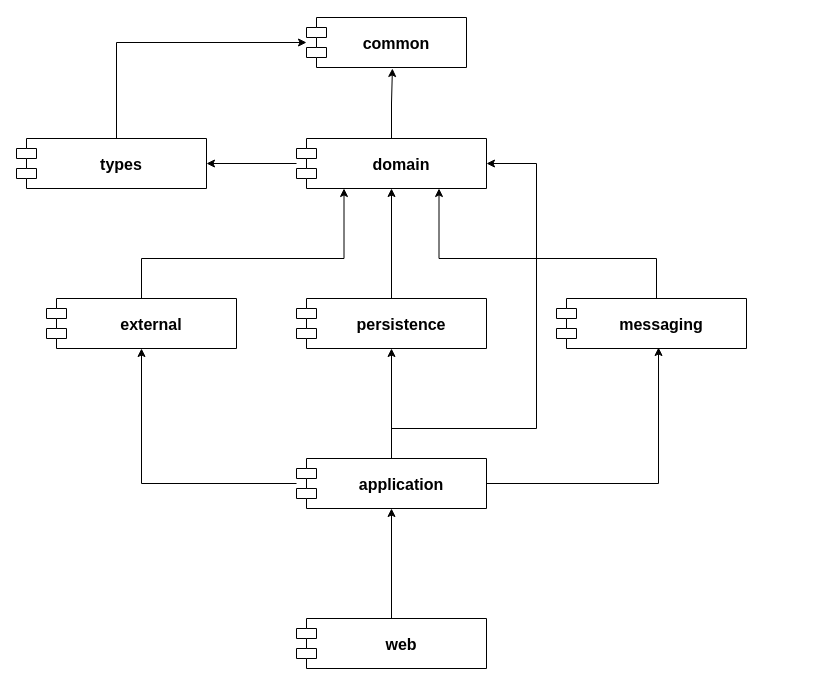
beeeeeeeeck/ddd keeps this draw.io diagram as demo.drawio. Above is the earlier version. Source tidied: cells renumbered, new cells numbered last; positions are measured from the earlier drawing's top-left corner, leaving out a move shared by most shapes. Both pictures are drawn from the tidied source at 100%, with x=0, y=0 at pixel (16, 17).
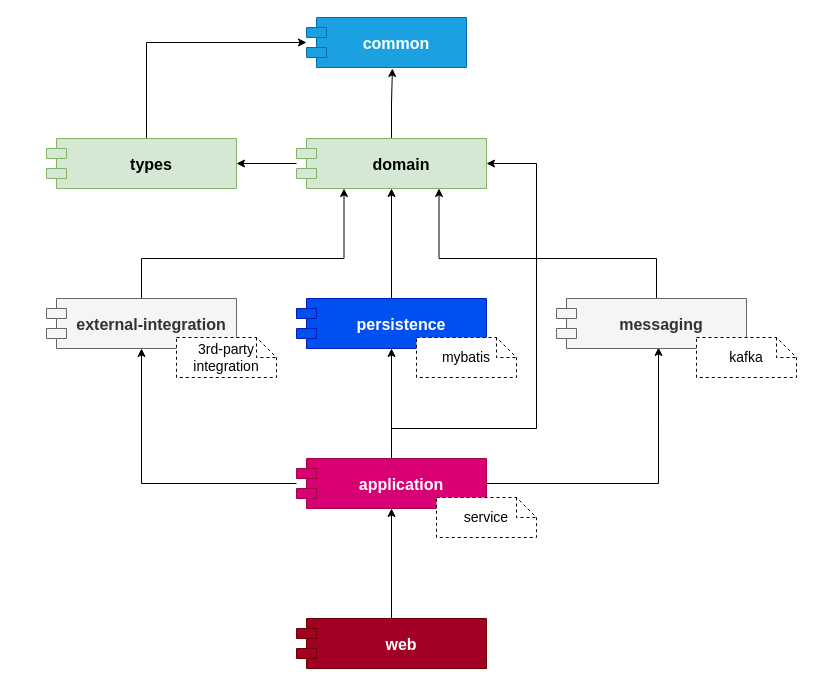
The same diagram, later.

Diff of the diagram source:
```diff
@@
-    <mxCell id="2" value="common" style="shape=module;align=left;spacingLeft=20;align=center;verticalAlign=middle;fontStyle=1;fontSize=16;" parent="1" vertex="1">
+    <mxCell id="2" value="common" style="shape=module;align=left;spacingLeft=20;align=center;verticalAlign=middle;fontStyle=1;fontSize=16;fillColor=#1ba1e2;strokeColor=#006EAF;fontColor=#ffffff;" parent="1" vertex="1">
       <mxGeometry x="290" width="160" height="50" as="geometry" />
     </mxCell>
     <mxCell id="3" style="edgeStyle=orthogonalEdgeStyle;rounded=0;jettySize=auto;html=1;fontSize=16;" parent="1" edge="1" source="4" target="2">
       <mxGeometry relative="1" as="geometry">
         <Array as="points">
-          <mxPoint x="100" y="25" />
+          <mxPoint x="130" y="25" />
         </Array>
       </mxGeometry>
     </mxCell>
-    <mxCell id="4" value="types" style="shape=module;align=left;spacingLeft=20;align=center;verticalAlign=middle;fontStyle=1;fontSize=16;" parent="1" vertex="1">
-      <mxGeometry y="121" width="190" height="50" as="geometry" />
+    <mxCell id="4" value="types" style="shape=module;align=left;spacingLeft=20;align=center;verticalAlign=middle;fontStyle=1;fontSize=16;fillColor=#d5e8d4;strokeColor=#82b366;" parent="1" vertex="1">
+      <mxGeometry x="30" y="121" width="190" height="50" as="geometry" />
     </mxCell>
@@
-    <mxCell id="7" value="domain" style="shape=module;align=left;spacingLeft=20;align=center;verticalAlign=middle;fontStyle=1;fontSize=16;" parent="1" vertex="1">
+    <mxCell id="7" value="domain" style="shape=module;align=left;spacingLeft=20;align=center;verticalAlign=middle;fontStyle=1;fontSize=16;fillColor=#d5e8d4;strokeColor=#82b366;" parent="1" vertex="1">
       <mxGeometry x="280" y="121" width="190" height="50" as="geometry" />
     </mxCell>
@@
-    <mxCell id="9" value="web" style="shape=module;align=left;spacingLeft=20;align=center;verticalAlign=middle;fontStyle=1;fontSize=16;" parent="1" vertex="1">
+    <mxCell id="9" value="web" style="shape=module;align=left;spacingLeft=20;align=center;verticalAlign=middle;fontStyle=1;fontSize=16;fillColor=#a20025;strokeColor=#6F0000;fontColor=#ffffff;" parent="1" vertex="1">
       <mxGeometry x="280" y="601" width="190" height="50" as="geometry" />
     </mxCell>
@@
-    <mxCell id="14" value="application" style="shape=module;align=left;spacingLeft=20;align=center;verticalAlign=middle;fontStyle=1;fontSize=16;" parent="1" vertex="1">
+    <mxCell id="14" value="application" style="shape=module;align=left;spacingLeft=20;align=center;verticalAlign=middle;fontStyle=1;fontSize=16;fillColor=#d80073;strokeColor=#A50040;fontColor=#ffffff;" parent="1" vertex="1">
       <mxGeometry x="280" y="441" width="190" height="50" as="geometry" />
     </mxCell>
@@
-    <mxCell id="16" value="persistence" style="shape=module;align=left;spacingLeft=20;align=center;verticalAlign=middle;fontStyle=1;fontSize=16;" parent="1" vertex="1">
+    <mxCell id="16" value="persistence" style="shape=module;align=left;spacingLeft=20;align=center;verticalAlign=middle;fontStyle=1;fontSize=16;fillColor=#0050ef;strokeColor=#001DBC;fontColor=#ffffff;" parent="1" vertex="1">
       <mxGeometry x="280" y="281" width="190" height="50" as="geometry" />
     </mxCell>
@@
-    <mxCell id="18" value="messaging" style="shape=module;align=left;spacingLeft=20;align=center;verticalAlign=middle;fontStyle=1;fontSize=16;" parent="1" vertex="1">
+    <mxCell id="18" value="messaging" style="shape=module;align=left;spacingLeft=20;align=center;verticalAlign=middle;fontStyle=1;fontSize=16;fillColor=#f5f5f5;strokeColor=#666666;fontColor=#333333;" parent="1" vertex="1">
       <mxGeometry x="540" y="281" width="190" height="50" as="geometry" />
     </mxCell>
@@
-    <mxCell id="20" value="external" style="shape=module;align=left;spacingLeft=20;align=center;verticalAlign=middle;fontStyle=1;fontSize=16;" parent="1" vertex="1">
+    <mxCell id="20" value="external-integration" style="shape=module;align=left;spacingLeft=20;align=center;verticalAlign=middle;fontStyle=1;fontSize=16;fillColor=#f5f5f5;strokeColor=#666666;fontColor=#333333;" parent="1" vertex="1">
       <mxGeometry x="30" y="281" width="190" height="50" as="geometry" />
     </mxCell>
+    <mxCell id="21" value="service" style="shape=note;size=20;whiteSpace=wrap;html=1;fontSize=14;dashed=1;" parent="1" vertex="1">
+      <mxGeometry x="420" y="480" width="100" height="40" as="geometry" />
+    </mxCell>
+    <mxCell id="22" value="kafka" style="shape=note;size=20;whiteSpace=wrap;html=1;fontSize=14;dashed=1;" parent="1" vertex="1">
+      <mxGeometry x="680" y="320" width="100" height="40" as="geometry" />
+    </mxCell>
+    <mxCell id="23" value="3rd-party integration" style="shape=note;size=20;whiteSpace=wrap;html=1;fontSize=14;dashed=1;" parent="1" vertex="1">
+      <mxGeometry x="160" y="320" width="100" height="40" as="geometry" />
+    </mxCell>
+    <mxCell id="24" value="mybatis" style="shape=note;size=20;whiteSpace=wrap;html=1;fontSize=14;dashed=1;" parent="1" vertex="1">
+      <mxGeometry x="400" y="320" width="100" height="40" as="geometry" />
+    </mxCell>
```
